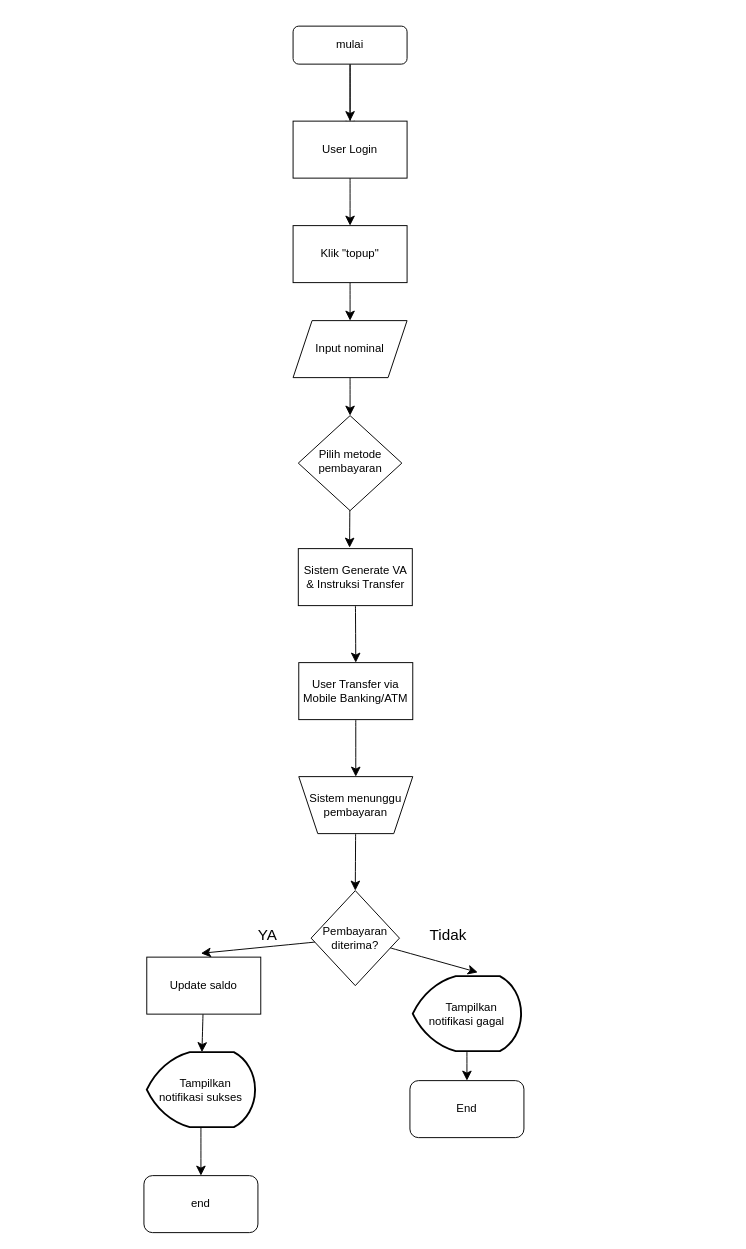
Rizkyhnkw/diagram keeps this draw.io diagram as page "Page-1" (1 of 2) of Untitled Diagram.drawio. Above is the earlier version. Source tidied: cells renumbered, new cells numbered last; positions are measured from the earlier drawing's top-left corner, leaving out a move shared by most shapes. Both pictures are drawn from the tidied source at 95%, with x=0, y=0 at pixel (143, 26).
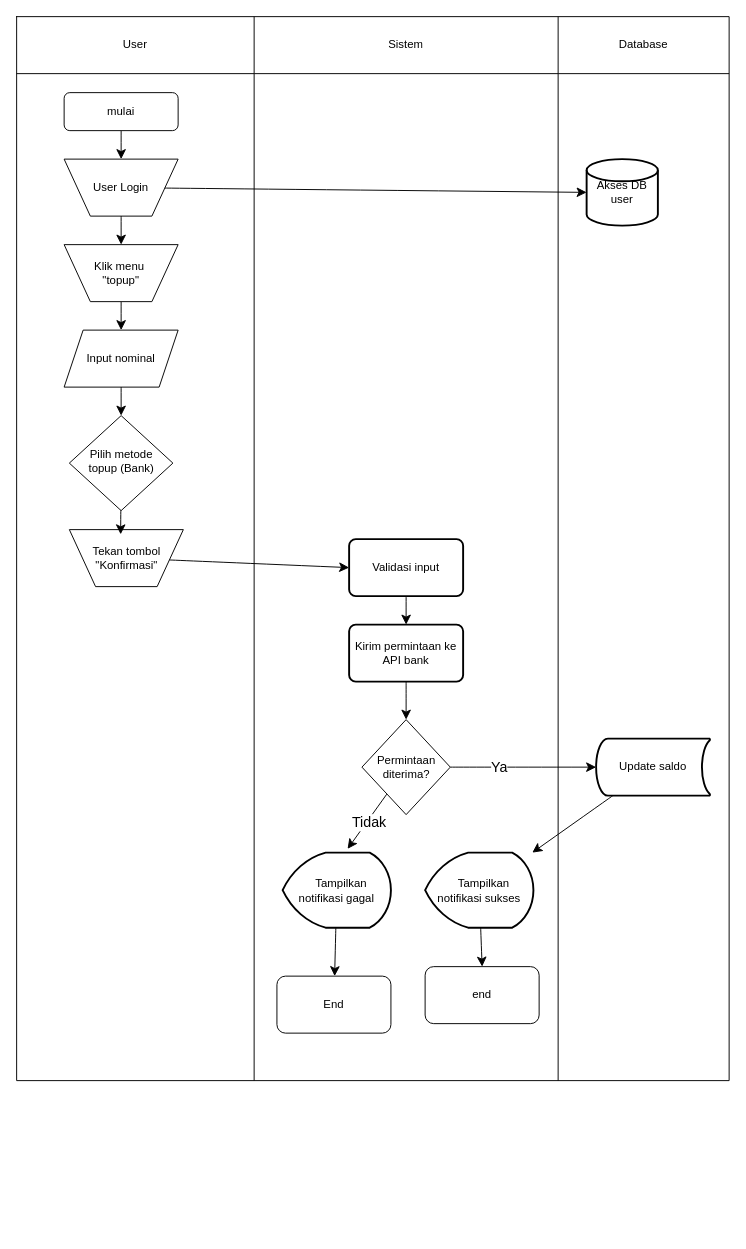
The same diagram, later.

The change refers to these unchanged cells:
```xml
<mxCell id="29" style="edgeStyle=none;curved=1;rounded=0;jettySize=auto;html=1;entryX=0.6;entryY=-0.05;entryDx=0;entryDy=0;entryPerimeter=0;fontSize=12;startSize=8;endSize=8;" parent="1" edge="1" source="19" target="28">
  <mxGeometry relative="1" as="geometry" />
</mxCell>
```

Diff of the diagram source:
```diff
@@
+    <mxCell id="32" style="shape=table;startSize=0;childLayout=tableLayout;" parent="1" vertex="1">
+      <mxGeometry x="-134" y="-10" width="750" height="1120" as="geometry" />
+    </mxCell>
+    <mxCell id="33" style="shape=tableRow;horizontal=0;startSize=0;swimlaneHead=0;swimlaneBody=0;strokeColor=inherit;top=0;left=0;bottom=0;right=0;fillColor=none;" parent="32" vertex="1">
+      <mxGeometry width="750" height="60" as="geometry" />
+    </mxCell>
+    <mxCell id="34" value="User" style="shape=partialRectangle;html=1;whiteSpace=wrap;strokeColor=inherit;overflow=hidden;fillColor=none;top=0;left=0;bottom=0;right=0;" parent="33" vertex="1">
+      <mxGeometry width="250" height="60" as="geometry" />
+    </mxCell>
+    <mxCell id="35" value="Sistem" style="shape=partialRectangle;html=1;whiteSpace=wrap;strokeColor=inherit;overflow=hidden;fillColor=none;top=0;left=0;bottom=0;right=0;" parent="33" vertex="1">
+      <mxGeometry x="250" width="320" height="60" as="geometry" />
+    </mxCell>
+    <mxCell id="36" value="Database" style="shape=partialRectangle;html=1;whiteSpace=wrap;strokeColor=inherit;overflow=hidden;fillColor=none;top=0;left=0;bottom=0;right=0;" parent="33" vertex="1">
+      <mxGeometry x="570" width="180" height="60" as="geometry" />
+    </mxCell>
+    <mxCell id="37" style="shape=tableRow;horizontal=0;startSize=0;swimlaneHead=0;swimlaneBody=0;strokeColor=inherit;top=0;left=0;bottom=0;right=0;fillColor=none;" parent="32" vertex="1">
+      <mxGeometry y="60" width="750" height="1060" as="geometry" />
+    </mxCell>
+    <mxCell id="38" style="shape=partialRectangle;html=1;whiteSpace=wrap;strokeColor=inherit;overflow=hidden;fillColor=none;top=0;left=0;bottom=0;right=0;" parent="37" vertex="1">
+      <mxGeometry width="250" height="1060" as="geometry" />
+    </mxCell>
+    <mxCell id="39" style="shape=partialRectangle;html=1;whiteSpace=wrap;strokeColor=inherit;overflow=hidden;fillColor=none;top=0;left=0;bottom=0;right=0;" parent="37" vertex="1">
+      <mxGeometry x="250" width="320" height="1060" as="geometry" />
+    </mxCell>
+    <mxCell id="40" style="shape=partialRectangle;html=1;whiteSpace=wrap;strokeColor=inherit;overflow=hidden;fillColor=none;top=0;left=0;bottom=0;right=0;" parent="37" vertex="1">
+      <mxGeometry x="570" width="180" height="1060" as="geometry" />
+    </mxCell>
-    <mxCell id="2" value="Pilih metode pembayaran" style="rhombus;whiteSpace=wrap;html=1;shadow=0;fontFamily=Helvetica;fontSize=12;align=center;strokeWidth=1;spacing=6;spacingTop=-4;" parent="1" vertex="1">
-      <mxGeometry x="162.5" y="410" width="109" height="100" as="geometry" />
+    <mxCell id="2" value="&lt;div&gt;Pilih metode topup (Bank)&lt;/div&gt;" style="rhombus;whiteSpace=wrap;html=1;shadow=0;fontFamily=Helvetica;fontSize=12;align=center;strokeWidth=1;spacing=6;spacingTop=-4;" parent="1" vertex="1">
+      <mxGeometry x="-78.5" y="410" width="109" height="100" as="geometry" />
     </mxCell>
-    <mxCell id="3" style="edgeStyle=none;curved=1;rounded=0;jettySize=auto;html=1;fontSize=12;startSize=8;endSize=8;" parent="1" edge="1" source="5">
-      <mxGeometry relative="1" as="geometry">
-        <mxPoint x="217" y="110" as="targetPoint" />
-      </mxGeometry>
-    </mxCell>
@@
     <mxCell id="5" value="mulai" style="rounded=1;whiteSpace=wrap;html=1;fontSize=12;glass=0;strokeWidth=1;shadow=0;" parent="1" vertex="1">
-      <mxGeometry x="157" width="120" height="40" as="geometry" />
+      <mxGeometry x="-84" y="70" width="120" height="40" as="geometry" />
     </mxCell>
@@
-    <mxCell id="7" value="User Login" style="rounded=0;whiteSpace=wrap;html=1;" parent="1" vertex="1">
-      <mxGeometry x="157" y="100" width="120" height="60" as="geometry" />
+    <mxCell id="7" value="User Login" style="rounded=0;whiteSpace=wrap;html=1;verticalLabelPosition=middle;shape=trapezoid;perimeter=trapezoidPerimeter;size=0.23;arcSize=10;flipV=1;labelPosition=center;" parent="1" vertex="1">
+      <mxGeometry x="-84" y="140" width="120" height="60" as="geometry" />
     </mxCell>
@@
-    <mxCell id="9" value="Klik &quot;topup&quot;" style="rounded=0;whiteSpace=wrap;html=1;" parent="1" vertex="1">
-      <mxGeometry x="157" y="210" width="120" height="60" as="geometry" />
+    <mxCell id="9" value="&lt;div&gt;Klik menu&amp;nbsp;&lt;/div&gt;&lt;div&gt;&quot;topup&quot;&lt;/div&gt;" style="rounded=0;whiteSpace=wrap;html=1;verticalLabelPosition=middle;shape=trapezoid;perimeter=trapezoidPerimeter;size=0.23;arcSize=10;flipV=1;labelPosition=center;" parent="1" vertex="1">
+      <mxGeometry x="-84" y="230" width="120" height="60" as="geometry" />
     </mxCell>
@@
     <mxCell id="11" value="Input nominal" style="shape=parallelogram;perimeter=parallelogramPerimeter;whiteSpace=wrap;html=1;fixedSize=1;" parent="1" vertex="1">
-      <mxGeometry x="157" y="310" width="120" height="60" as="geometry" />
+      <mxGeometry x="-84" y="320" width="120" height="60" as="geometry" />
     </mxCell>
-    <mxCell id="12" style="edgeStyle=none;curved=1;rounded=0;jettySize=auto;html=1;entryX=0.5;entryY=0;entryDx=0;entryDy=0;fontSize=12;startSize=8;endSize=8;" parent="1" edge="1" source="13" target="16">
+    <mxCell id="12" style="edgeStyle=none;curved=1;rounded=0;jettySize=auto;html=1;entryX=0;entryY=0.5;entryDx=0;entryDy=0;fontSize=12;startSize=8;endSize=8;" parent="1" edge="1" source="13" target="16">
       <mxGeometry relative="1" as="geometry" />
     </mxCell>
-    <mxCell id="13" value="Sistem Generate VA &amp;amp; Instruksi Transfer" style="rounded=0;whiteSpace=wrap;html=1;" parent="1" vertex="1">
-      <mxGeometry x="162.5" y="550" width="120" height="60" as="geometry" />
+    <mxCell id="13" value="Tekan tombol &quot;Konfirmasi&quot;" style="rounded=0;whiteSpace=wrap;html=1;verticalLabelPosition=middle;shape=trapezoid;perimeter=trapezoidPerimeter;size=0.23;arcSize=10;flipV=1;labelPosition=center;" parent="1" vertex="1">
+      <mxGeometry x="-78.5" y="530" width="120" height="60" as="geometry" />
     </mxCell>
-    <mxCell id="14" style="edgeStyle=none;curved=1;rounded=0;jettySize=auto;html=1;entryX=0.45;entryY=-0.017;entryDx=0;entryDy=0;entryPerimeter=0;fontSize=12;startSize=8;endSize=8;" parent="1" edge="1" source="2" target="13">
-      <mxGeometry relative="1" as="geometry" />
-    </mxCell>
@@
-    <mxCell id="16" value="User Transfer via Mobile Banking/ATM" style="rounded=0;whiteSpace=wrap;html=1;" parent="1" vertex="1">
-      <mxGeometry x="163" y="670" width="120" height="60" as="geometry" />
+    <mxCell id="16" value="Validasi input" style="rounded=1;whiteSpace=wrap;html=1;absoluteArcSize=1;arcSize=14;strokeWidth=2;" parent="1" vertex="1">
+      <mxGeometry x="216" y="540" width="120" height="60" as="geometry" />
     </mxCell>
@@
-    <mxCell id="18" value="Sistem menunggu pembayaran" style="shape=trapezoid;perimeter=trapezoidPerimeter;whiteSpace=wrap;html=1;fixedSize=1;direction=west;" parent="1" vertex="1">
-      <mxGeometry x="163" y="790" width="120" height="60" as="geometry" />
+    <mxCell id="18" value="Kirim permintaan ke API bank" style="shape=label;whiteSpace=wrap;html=1;fixedSize=1;direction=west;rounded=1;absoluteArcSize=1;arcSize=14;strokeWidth=2;" parent="1" vertex="1">
+      <mxGeometry x="216" y="630" width="120" height="60" as="geometry" />
     </mxCell>
+    <mxCell id="41" style="edgeStyle=none;curved=1;rounded=0;jettySize=auto;html=1;fontSize=12;startSize=8;endSize=8;" parent="1" edge="1" source="19" target="21">
+      <mxGeometry relative="1" as="geometry" />
+    </mxCell>
+    <mxCell id="42" value="Ya" style="edgeLabel;html=1;align=center;verticalAlign=middle;fontSize=15;" parent="41" vertex="1">
+      <mxGeometry x="-0.34" y="1" relative="1" as="geometry" />
+    </mxCell>
-    <mxCell id="19" value="Pembayaran diterima?" style="rhombus;whiteSpace=wrap;html=1;" parent="1" vertex="1">
-      <mxGeometry x="176" y="910" width="93" height="100" as="geometry" />
+    <mxCell id="19" value="Permintaan diterima?" style="rhombus;whiteSpace=wrap;html=1;" parent="1" vertex="1">
+      <mxGeometry x="229.5" y="730" width="93" height="100" as="geometry" />
     </mxCell>
@@
-    <mxCell id="21" value="Update saldo" style="rounded=0;whiteSpace=wrap;html=1;" parent="1" vertex="1">
-      <mxGeometry x="3" y="980" width="120" height="60" as="geometry" />
+    <mxCell id="21" value="Update saldo" style="rounded=0;whiteSpace=wrap;html=1;strokeWidth=2;shape=mxgraph.flowchart.stored_data;" parent="1" vertex="1">
+      <mxGeometry x="476" y="750" width="120" height="60" as="geometry" />
     </mxCell>
-    <mxCell id="22" style="edgeStyle=none;curved=1;rounded=0;jettySize=auto;html=1;entryX=0.45;entryY=-0.067;entryDx=0;entryDy=0;entryPerimeter=0;fontSize=12;startSize=8;endSize=8;" parent="1" edge="1" source="19">
-      <mxGeometry relative="1" as="geometry">
-        <mxPoint x="60" y="976" as="targetPoint" />
-      </mxGeometry>
-    </mxCell>
-    <mxCell id="23" value="YA" style="text;html=1;align=center;verticalAlign=middle;strokeColor=none;fillColor=none;fontSize=16;" parent="1" vertex="1">
-      <mxGeometry x="110" y="941" width="40" height="30" as="geometry" />
-    </mxCell>
-    <mxCell id="24" value="Tidak" style="text;html=1;align=center;verticalAlign=middle;strokeColor=none;fillColor=none;fontSize=16;" parent="1" vertex="1">
-      <mxGeometry x="290" y="941" width="60" height="30" as="geometry" />
-    </mxCell>
     <mxCell id="25" value="End" style="rounded=1;whiteSpace=wrap;html=1;" parent="1" vertex="1">
-      <mxGeometry x="280" y="1110" width="120" height="60" as="geometry" />
+      <mxGeometry x="140" y="1000" width="120" height="60" as="geometry" />
     </mxCell>
     <mxCell id="26" value="end" style="rounded=1;whiteSpace=wrap;html=1;" parent="1" vertex="1">
-      <mxGeometry y="1210" width="120" height="60" as="geometry" />
+      <mxGeometry x="296" y="990" width="120" height="60" as="geometry" />
     </mxCell>
@@
     <mxCell id="28" value="&amp;nbsp;&amp;nbsp; Tampilkan notifikasi gagal" style="strokeWidth=2;html=1;shape=mxgraph.flowchart.display;whiteSpace=wrap;" parent="1" vertex="1">
-      <mxGeometry x="283" y="1000" width="114" height="79" as="geometry" />
+      <mxGeometry x="146" y="870" width="114" height="79" as="geometry" />
     </mxCell>
@@
+    <mxCell id="24" value="Tidak" style="edgeLabel;html=1;align=center;verticalAlign=middle;fontSize=15;" parent="29" vertex="1">
+      <mxGeometry x="-0.02" y="1" relative="1" as="geometry" />
+    </mxCell>
@@
     <mxCell id="31" value="&amp;nbsp;&amp;nbsp; Tampilkan notifikasi sukses" style="strokeWidth=2;html=1;shape=mxgraph.flowchart.display;whiteSpace=wrap;" parent="1" vertex="1">
-      <mxGeometry x="3" y="1080" width="114" height="79" as="geometry" />
+      <mxGeometry x="296" y="870" width="114" height="79" as="geometry" />
     </mxCell>
+    <mxCell id="43" value="Akses DB user" style="strokeWidth=2;html=1;shape=mxgraph.flowchart.database;whiteSpace=wrap;" parent="1" vertex="1">
+      <mxGeometry x="466" y="140" width="75" height="70" as="geometry" />
+    </mxCell>
+    <mxCell id="44" style="edgeStyle=none;curved=1;rounded=0;jettySize=auto;html=1;entryX=0;entryY=0.5;entryDx=0;entryDy=0;entryPerimeter=0;fontSize=12;startSize=8;endSize=8;" parent="1" edge="1" source="7" target="43">
+      <mxGeometry relative="1" as="geometry" />
+    </mxCell>
+    <mxCell id="14" style="edgeStyle=none;curved=1;rounded=0;jettySize=auto;html=1;entryX=0.45;entryY=0.917;entryDx=0;entryDy=0;entryPerimeter=0;fontSize=12;startSize=8;endSize=8;" parent="1" edge="1" source="2" target="13">
+      <mxGeometry relative="1" as="geometry" />
+    </mxCell>
```
